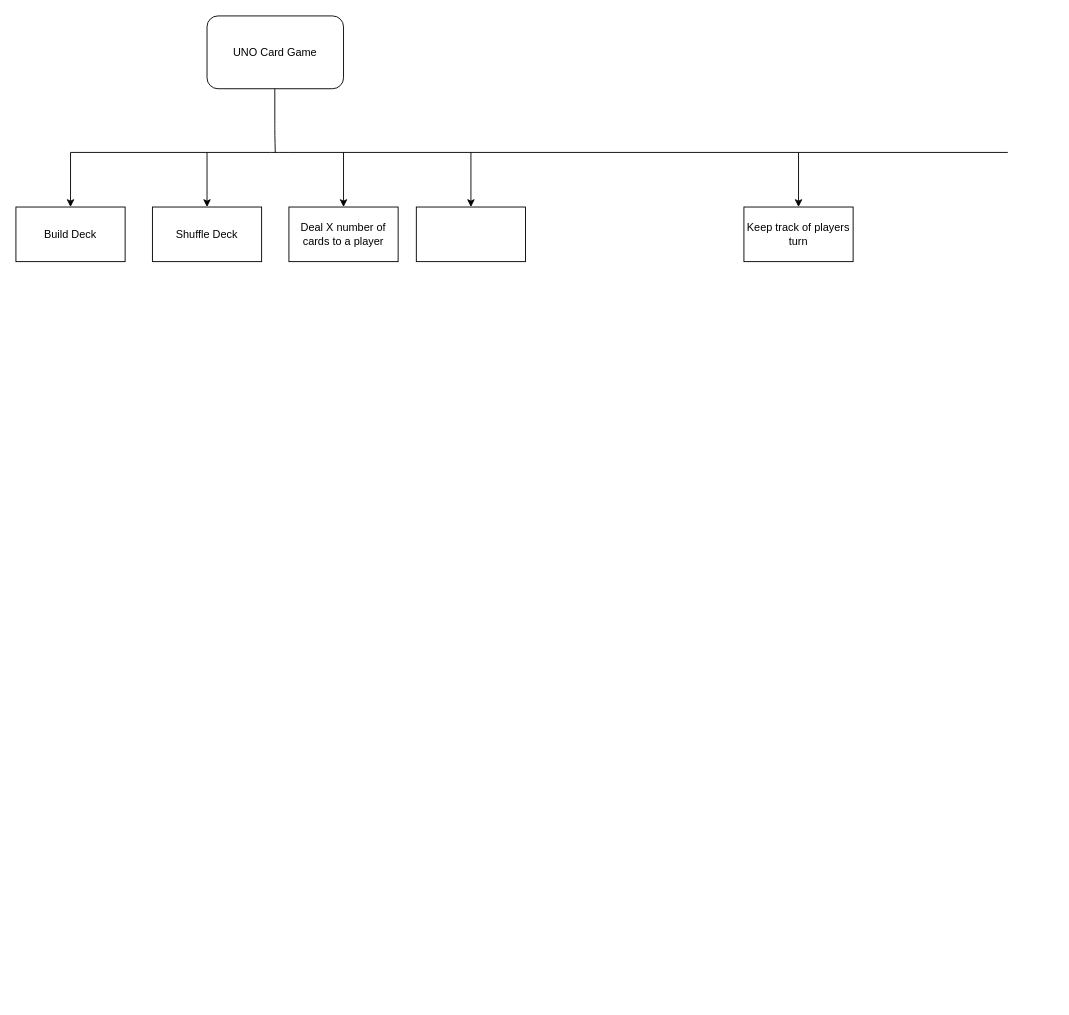
The draw.io diagram Untitled Diagram.drawio in stillermond/UnoCardGame, before the edit. Source tidied: cells renumbered, new cells numbered last; positions are measured from the earlier drawing's top-left corner, leaving out a move shared by most shapes. Both pictures are drawn from the tidied source at 91%, with x=0, y=0 at pixel (15, 15).
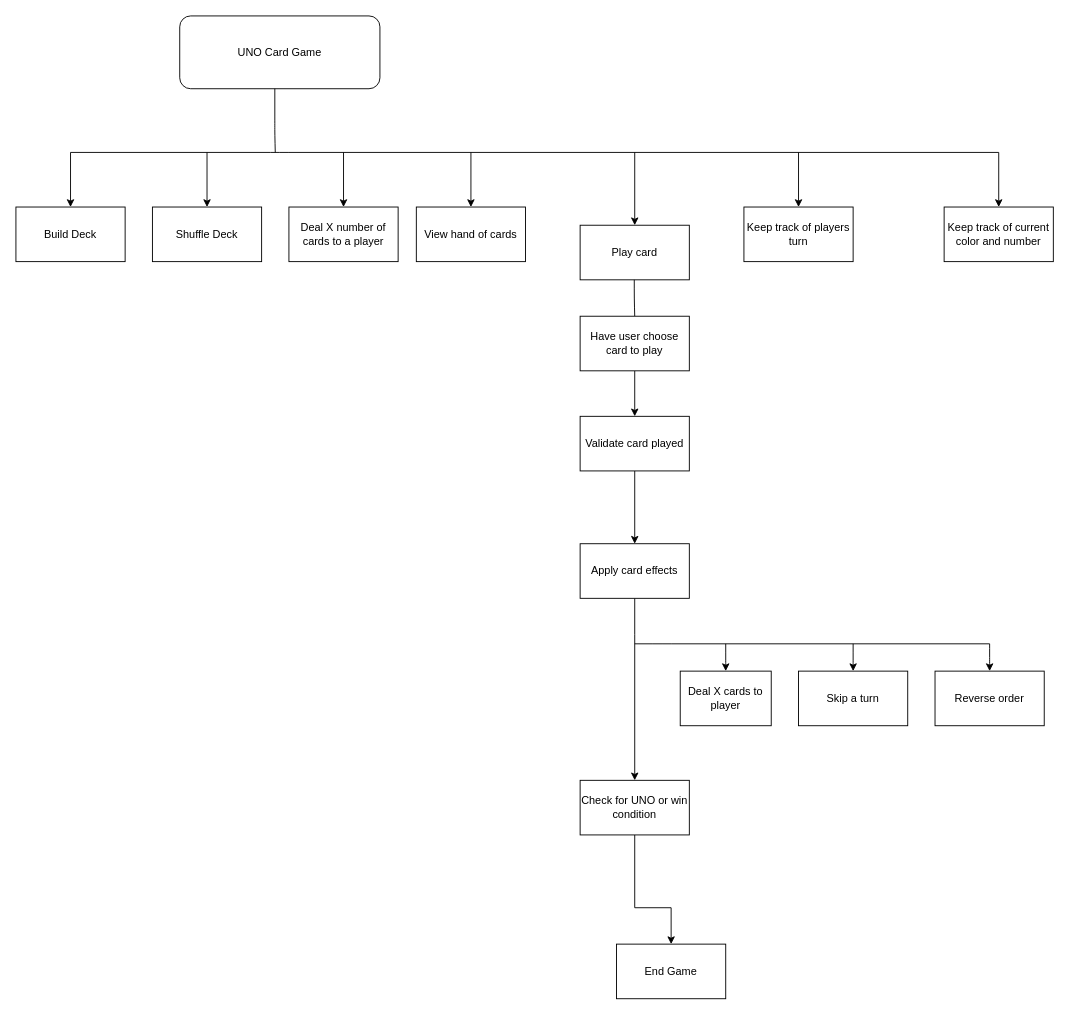
Above is the later version.

The edit, as a diff of the source:
```diff
@@
     <mxCell id="2" value="UNO Card Game" style="rounded=1;whiteSpace=wrap;html=1;" parent="1" vertex="1">
-      <mxGeometry x="210" width="150" height="80" as="geometry" />
+      <mxGeometry x="180" width="220" height="80" as="geometry" />
     </mxCell>
@@
     <mxCell id="4" style="endArrow=none;html=1;" parent="1" edge="1">
       <mxGeometry relative="1" as="geometry">
         <mxPoint x="60" y="150" as="sourcePoint" />
-        <mxPoint x="1090" y="150" as="targetPoint" />
+        <mxPoint x="1080" y="150" as="targetPoint" />
         <Array as="points">
           <mxPoint x="290" y="150" />
         </Array>
       </mxGeometry>
     </mxCell>
@@
-    <mxCell id="12" style="rounded=0;whiteSpace=wrap;html=1;" parent="1" vertex="1">
+    <mxCell id="12" value="View hand of cards" style="rounded=0;whiteSpace=wrap;html=1;" parent="1" vertex="1">
       <mxGeometry x="440" y="210" width="120" height="60" as="geometry" />
     </mxCell>
@@
+    <mxCell id="15" style="endArrow=classic;html=1;" parent="1" edge="1" target="16">
+      <mxGeometry relative="1" as="geometry">
+        <mxPoint x="1080" y="150" as="sourcePoint" />
+      </mxGeometry>
+    </mxCell>
+    <mxCell id="16" value="Keep track of current color and number" style="rounded=0;whiteSpace=wrap;html=1;" parent="1" vertex="1">
+      <mxGeometry x="1020" y="210" width="120" height="60" as="geometry" />
+    </mxCell>
+    <mxCell id="17" style="endArrow=classic;html=1;" parent="1" edge="1" target="18">
+      <mxGeometry relative="1" as="geometry">
+        <mxPoint x="680" y="150" as="sourcePoint" />
+      </mxGeometry>
+    </mxCell>
+    <mxCell id="18" value="Play card" style="rounded=0;whiteSpace=wrap;html=1;" parent="1" vertex="1">
+      <mxGeometry x="620" y="230" width="120" height="60" as="geometry" />
+    </mxCell>
+    <mxCell id="19" style="endArrow=none;html=1;" parent="1" edge="1">
+      <mxGeometry relative="1" as="geometry">
+        <mxPoint x="680" y="330" as="sourcePoint" />
+        <mxPoint x="679.5" y="290" as="targetPoint" />
+        <Array as="points">
+          <mxPoint x="679.5" y="310" />
+        </Array>
+      </mxGeometry>
+    </mxCell>
+    <mxCell id="20" style="edgeStyle=orthogonalEdgeStyle;rounded=0;jettySize=auto;html=1;" parent="1" edge="1" source="21" target="23">
+      <mxGeometry relative="1" as="geometry" />
+    </mxCell>
+    <mxCell id="21" value="Have user choose card to play" style="rounded=0;whiteSpace=wrap;html=1;" parent="1" vertex="1">
+      <mxGeometry x="620" y="330" width="120" height="60" as="geometry" />
+    </mxCell>
+    <mxCell id="22" style="edgeStyle=orthogonalEdgeStyle;rounded=0;jettySize=auto;html=1;" parent="1" edge="1" source="23" target="25">
+      <mxGeometry relative="1" as="geometry" />
+    </mxCell>
+    <mxCell id="23" value="Validate card played" style="whiteSpace=wrap;html=1;rounded=0;" parent="1" vertex="1">
+      <mxGeometry x="620" y="440" width="120" height="60" as="geometry" />
+    </mxCell>
+    <mxCell id="24" style="edgeStyle=orthogonalEdgeStyle;rounded=0;jettySize=auto;html=1;" parent="1" edge="1" source="25" target="27">
+      <mxGeometry relative="1" as="geometry">
+        <Array as="points">
+          <mxPoint x="680" y="680" />
+          <mxPoint x="680" y="680" />
+        </Array>
+      </mxGeometry>
+    </mxCell>
+    <mxCell id="25" value="Apply card effects" style="whiteSpace=wrap;html=1;rounded=0;" parent="1" vertex="1">
+      <mxGeometry x="620" y="580" width="120" height="60" as="geometry" />
+    </mxCell>
+    <mxCell id="26" style="edgeStyle=orthogonalEdgeStyle;rounded=0;jettySize=auto;html=1;" parent="1" edge="1" source="27">
+      <mxGeometry relative="1" as="geometry">
+        <mxPoint x="720" y="1020" as="targetPoint" />
+        <Array as="points">
+          <mxPoint x="680" y="980" />
+          <mxPoint x="720" y="980" />
+          <mxPoint x="720" y="1020" />
+        </Array>
+      </mxGeometry>
+    </mxCell>
+    <mxCell id="27" value="Check for UNO or win condition" style="whiteSpace=wrap;html=1;rounded=0;" parent="1" vertex="1">
+      <mxGeometry x="620" y="840" width="120" height="60" as="geometry" />
+    </mxCell>
+    <mxCell id="28" style="endArrow=none;html=1;" parent="1" edge="1">
+      <mxGeometry relative="1" as="geometry">
+        <mxPoint x="680" y="690" as="sourcePoint" />
+        <mxPoint x="1070" y="690" as="targetPoint" />
+        <Array as="points">
+          <mxPoint x="710" y="690" />
+        </Array>
+      </mxGeometry>
+    </mxCell>
+    <mxCell id="29" style="endArrow=classic;html=1;" parent="1" edge="1">
+      <mxGeometry relative="1" as="geometry">
+        <mxPoint x="1070" y="690" as="sourcePoint" />
+        <mxPoint x="1070" y="720" as="targetPoint" />
+        <Array as="points">
+          <mxPoint x="1070" y="700" />
+          <mxPoint x="1070" y="710" />
+        </Array>
+      </mxGeometry>
+    </mxCell>
+    <mxCell id="30" style="endArrow=classic;html=1;" parent="1" edge="1">
+      <mxGeometry relative="1" as="geometry">
+        <mxPoint x="780" y="690" as="sourcePoint" />
+        <mxPoint x="780" y="720" as="targetPoint" />
+        <Array as="points">
+          <mxPoint x="780" y="710" />
+        </Array>
+      </mxGeometry>
+    </mxCell>
+    <mxCell id="31" style="endArrow=classic;html=1;" parent="1" edge="1" target="33">
+      <mxGeometry relative="1" as="geometry">
+        <mxPoint x="920" y="690" as="sourcePoint" />
+        <Array as="points">
+          <mxPoint x="920" y="710" />
+        </Array>
+      </mxGeometry>
+    </mxCell>
+    <mxCell id="32" value="Deal X cards to player" style="rounded=0;whiteSpace=wrap;html=1;" parent="1" vertex="1">
+      <mxGeometry x="730" y="720" width="100" height="60" as="geometry" />
+    </mxCell>
+    <mxCell id="33" value="Skip a turn" style="rounded=0;whiteSpace=wrap;html=1;" parent="1" vertex="1">
+      <mxGeometry x="860" y="720" width="120" height="60" as="geometry" />
+    </mxCell>
+    <mxCell id="34" value="Reverse order" style="rounded=0;whiteSpace=wrap;html=1;" parent="1" vertex="1">
+      <mxGeometry x="1010" y="720" width="120" height="60" as="geometry" />
+    </mxCell>
+    <mxCell id="35" value="End Game" style="rounded=0;whiteSpace=wrap;html=1;" parent="1" vertex="1">
+      <mxGeometry x="660" y="1020" width="120" height="60" as="geometry" />
+    </mxCell>
```
